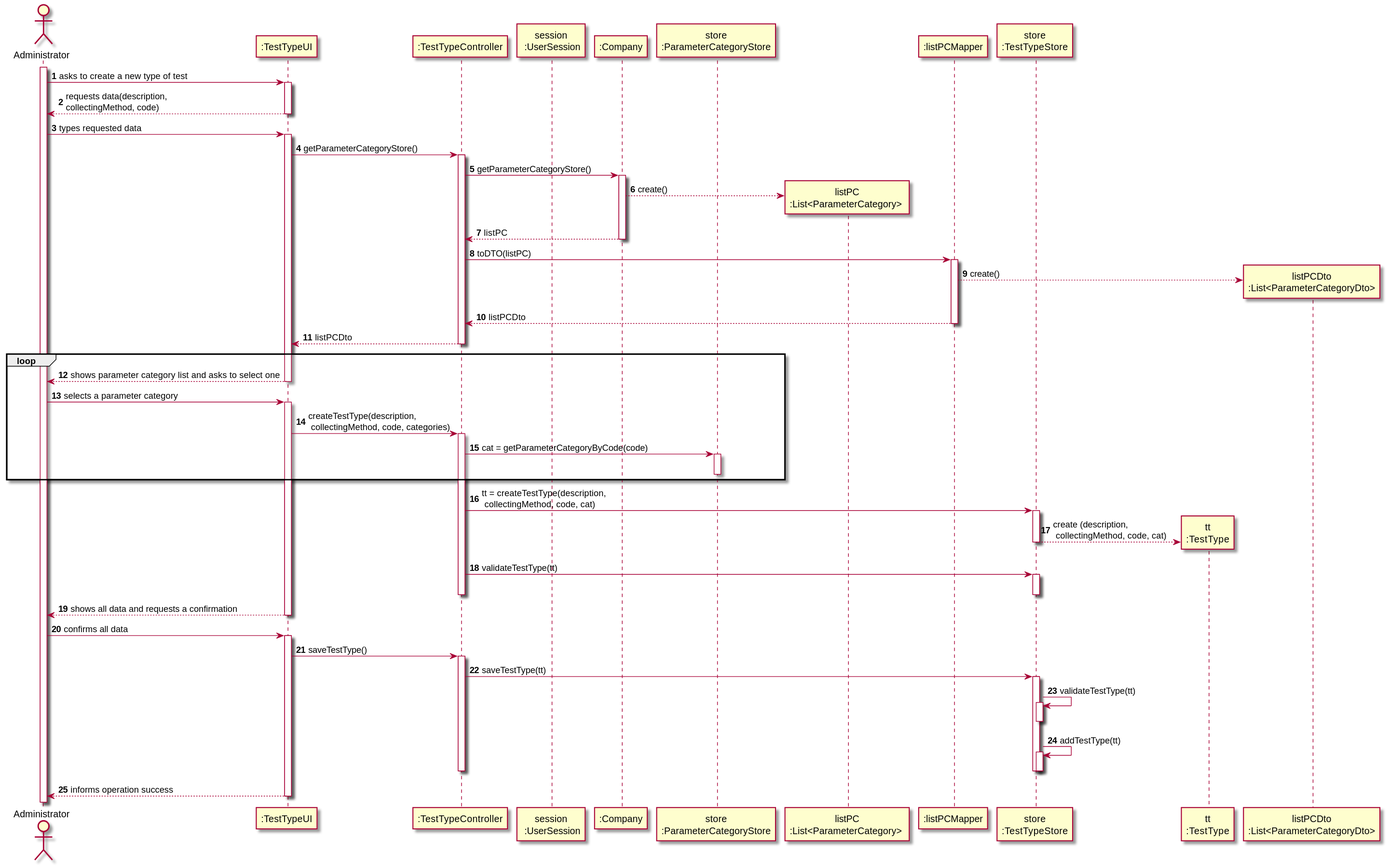
Before: docs/SprintB/US9_CreateTestType/US009_SD.svg, a diagram exported from PlantUML (Pedromaia26/LAPR2-ISEP).
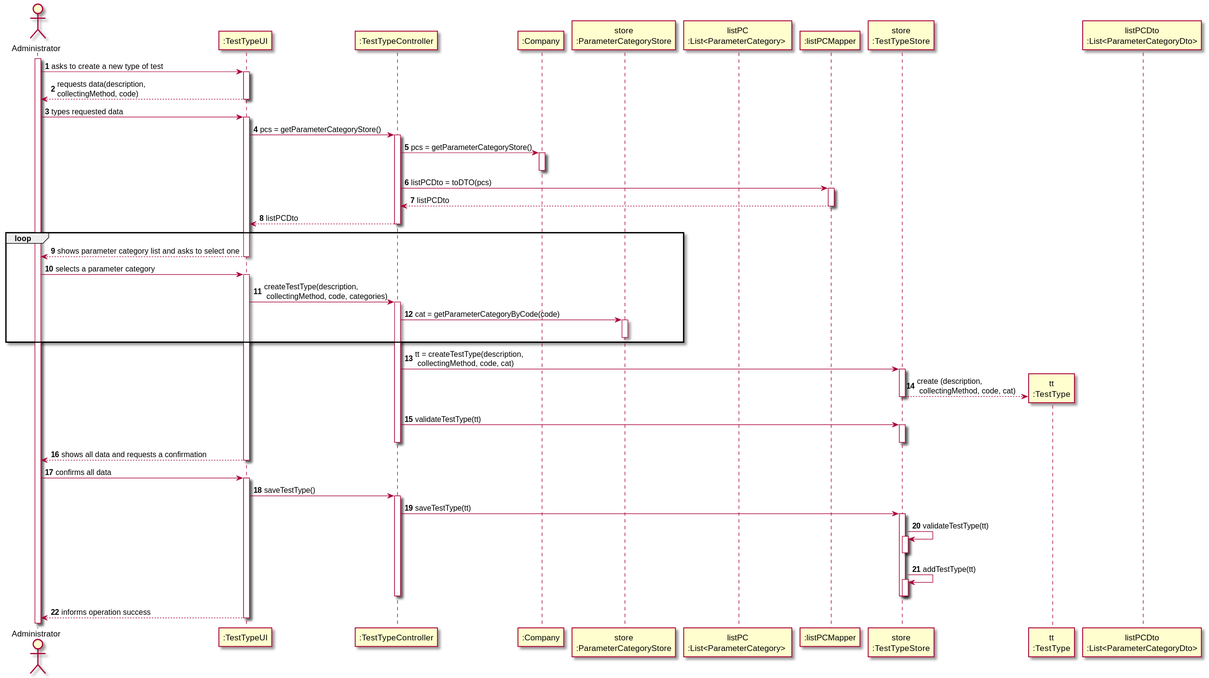
After the commit.

Commit message:
US9 SD both alternatives Update

Change to the diagram source:
```diff
@@ -2,7 +2,6 @@
 actor Administrator as Adm
 participant ":TestTypeUI" as UI
 participant ":TestTypeController" as TTC
-participant "session\n :UserSession" as US
 participant ":Company" as ML
 participant "store\n:ParameterCategoryStore" as PCS
 participant "listPC\n:List<ParameterCategory> " as LPC
@@ -22,16 +21,14 @@
 
 Adm -> UI: types requested data
 activate UI
-UI->TTC: getParameterCategoryStore()
+UI->TTC: pcs = getParameterCategoryStore()
 activate TTC
-TTC->ML: getParameterCategoryStore()
+TTC->ML: pcs = getParameterCategoryStore()
 activate ML
-ML --> LPC**: create()
-ML --> TTC: listPC
+
 deactivate ML
-TTC -> MAP: toDTO(listPC)
+    TTC -> MAP: listPCDto = toDTO(pcs)
 activate MAP
-MAP --> DTO**: create()
 
 MAP --> TTC: listPCDto
 deactivate MAP
```
